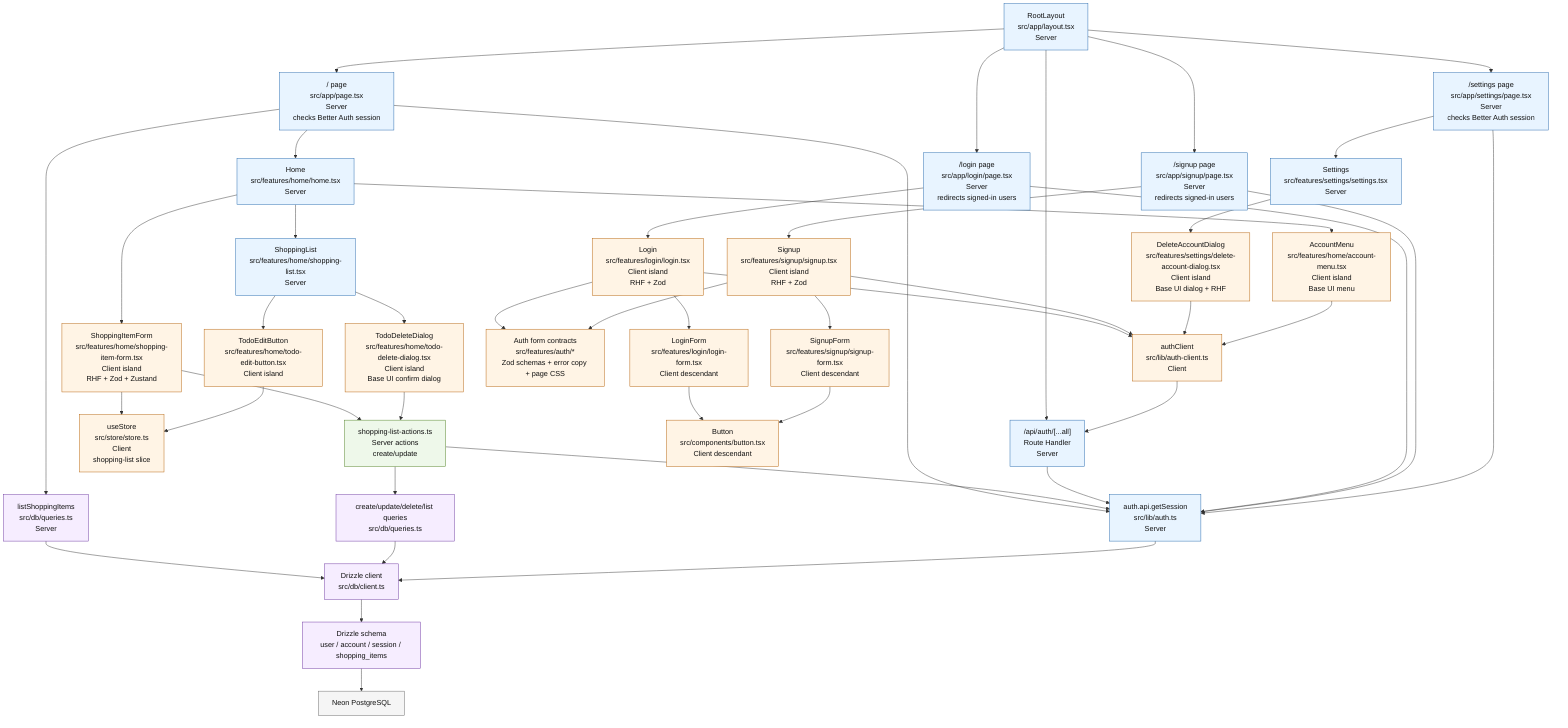
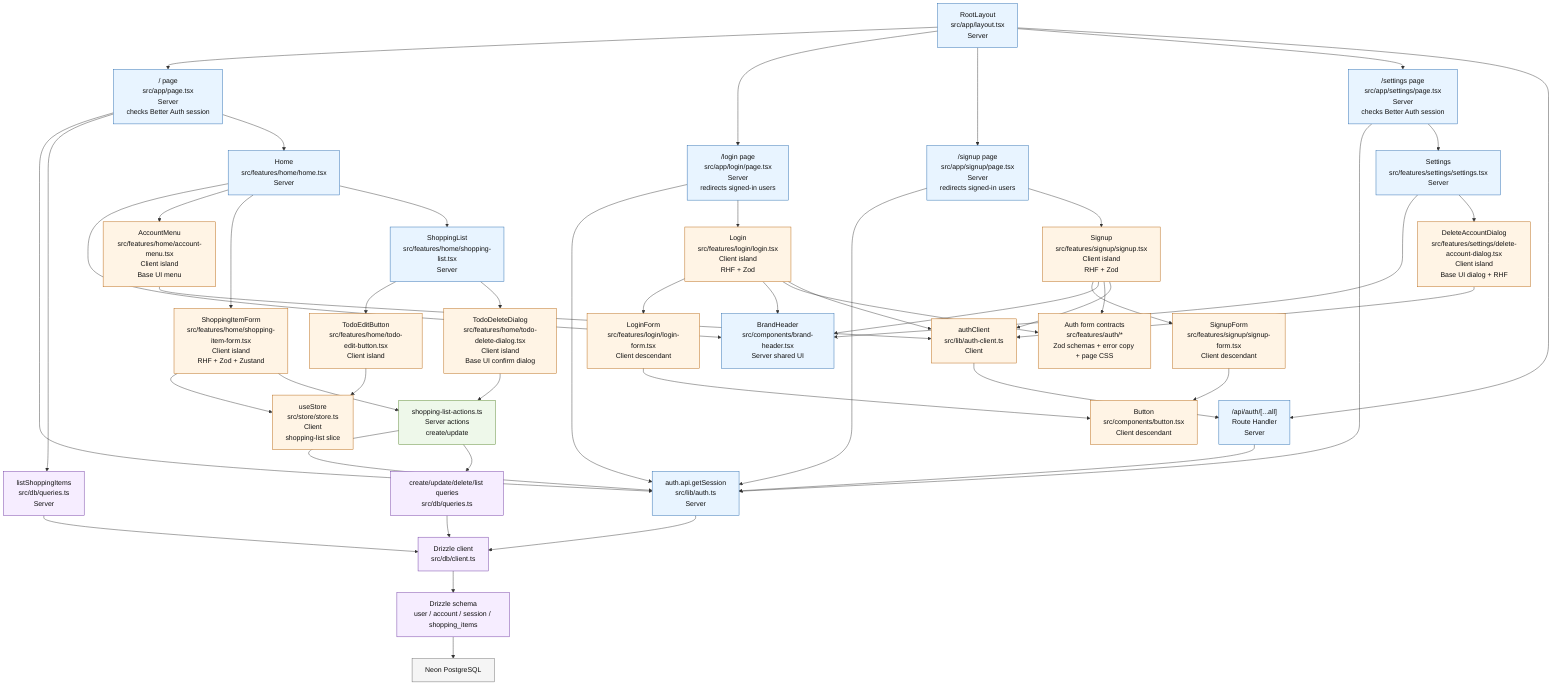
flowchart TD
  %% Current Next.js App Router component composition.
  %% Blue = Server Component / server code, Orange = Client Component, Green = server action, Purple = data layer.

  Root["RootLayout<br/>src/app/layout.tsx<br/>Server"]:::server

  Root --> HomeRoute["/ page<br/>src/app/page.tsx<br/>Server<br/>checks Better Auth session"]:::server
  Root --> LoginRoute["/login page<br/>src/app/login/page.tsx<br/>Server<br/>redirects signed-in users"]:::server
  Root --> SignUpRoute["/signup page<br/>src/app/signup/page.tsx<br/>Server<br/>redirects signed-in users"]:::server
  Root --> SettingsRoute["/settings page<br/>src/app/settings/page.tsx<br/>Server<br/>checks Better Auth session"]:::server
  Root --> AuthRoute["/api/auth/[...all]<br/>Route Handler<br/>Server"]:::server

  HomeRoute --> AuthServer["auth.api.getSession<br/>src/lib/auth.ts<br/>Server"]:::server
  HomeRoute --> ListQuery["listShoppingItems<br/>src/db/queries.ts<br/>Server"]:::data
  HomeRoute --> Home["Home<br/>src/features/home/home.tsx<br/>Server"]:::server
+   Home --> BrandHeader["BrandHeader<br/>src/components/brand-header.tsx<br/>Server shared UI"]:::server

  Home --> AccountMenu["AccountMenu<br/>src/features/home/account-menu.tsx<br/>Client island<br/>Base UI menu"]:::client
  Home --> ShoppingItemForm["ShoppingItemForm<br/>src/features/home/shopping-item-form.tsx<br/>Client island<br/>RHF + Zod + Zustand"]:::client
  Home --> ShoppingList["ShoppingList<br/>src/features/home/shopping-list.tsx<br/>Server"]:::server

  ShoppingItemForm --> Store["useStore<br/>src/store/store.ts<br/>Client<br/>shopping-list slice"]:::client
  ShoppingItemForm --> ItemActions["shopping-list-actions.ts<br/>Server actions<br/>create/update"]:::action

  ShoppingList --> TodoEditButton["TodoEditButton<br/>src/features/home/todo-edit-button.tsx<br/>Client island"]:::client
  ShoppingList --> TodoDeleteDialog["TodoDeleteDialog<br/>src/features/home/todo-delete-dialog.tsx<br/>Client island<br/>Base UI confirm dialog"]:::client
  TodoDeleteDialog --> ItemActions
  TodoEditButton --> Store

  ItemActions --> AuthServer
  ItemActions --> Queries["create/update/delete/list queries<br/>src/db/queries.ts"]:::data
  ListQuery --> DbClient["Drizzle client<br/>src/db/client.ts"]:::data
  Queries --> DbClient
  AuthServer --> DbClient
  AuthRoute --> AuthServer

  DbClient --> Schema["Drizzle schema<br/>user / account / session / shopping_items"]:::data
  Schema --> Neon["Neon PostgreSQL"]:::external

  LoginRoute --> AuthServer
  LoginRoute --> Login["Login<br/>src/features/login/login.tsx<br/>Client island<br/>RHF + Zod"]:::client
  Login --> LoginForm["LoginForm<br/>src/features/login/login-form.tsx<br/>Client descendant"]:::client
+   Login --> BrandHeader
  Login --> AuthForms["Auth form contracts<br/>src/features/auth/*<br/>Zod schemas + error copy + page CSS"]:::client
  Login --> AuthClient["authClient<br/>src/lib/auth-client.ts<br/>Client"]:::client

  SignUpRoute --> AuthServer
  SignUpRoute --> Signup["Signup<br/>src/features/signup/signup.tsx<br/>Client island<br/>RHF + Zod"]:::client
  Signup --> SignupForm["SignupForm<br/>src/features/signup/signup-form.tsx<br/>Client descendant"]:::client
+   Signup --> BrandHeader
  Signup --> AuthForms
  Signup --> AuthClient

  SettingsRoute --> AuthServer
  SettingsRoute --> Settings["Settings<br/>src/features/settings/settings.tsx<br/>Server"]:::server
+   Settings --> BrandHeader
  Settings --> DeleteAccountDialog["DeleteAccountDialog<br/>src/features/settings/delete-account-dialog.tsx<br/>Client island<br/>Base UI dialog + RHF"]:::client
  DeleteAccountDialog --> AuthClient

  LoginForm --> Button["Button<br/>src/components/button.tsx<br/>Client descendant"]:::client
  SignupForm --> Button
  AccountMenu --> AuthClient
  AuthClient --> AuthRoute

  classDef server fill:#e8f4ff,stroke:#2166ac,color:#111
  classDef client fill:#fff4e5,stroke:#b45f06,color:#111
  classDef action fill:#eef8ea,stroke:#4f7f22,color:#111
  classDef data fill:#f6edff,stroke:#6a329f,color:#111
  classDef external fill:#f5f5f5,stroke:#666,color:#111
